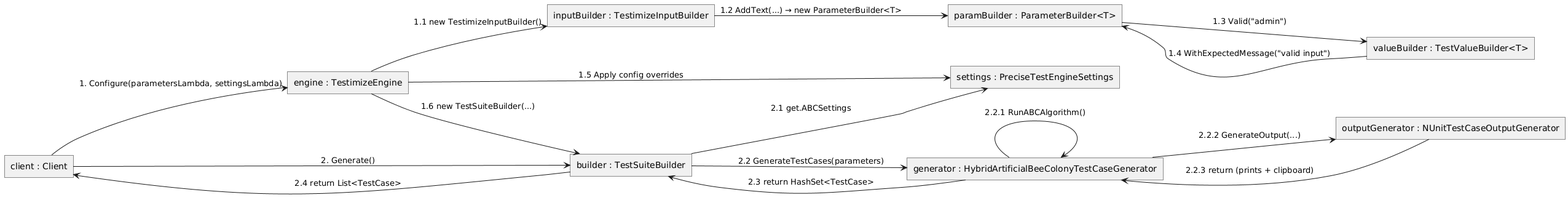
This is DiagramsBG/4. Communication Diagrams/communication_diagram2.png from AutomateThePlanet/Testimize, a PlantUML export, as it was before one commit.
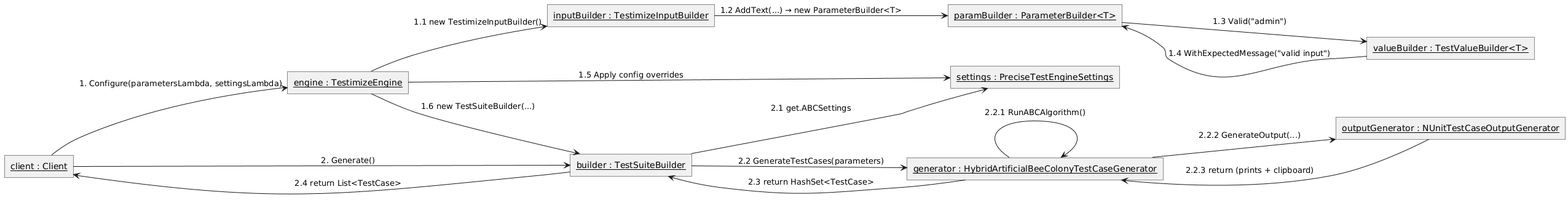
After the commit.

The edit, as a diff of the source:
```diff
@@ -1,19 +1,23 @@
 @startuml
+
+
+
+
 skinparam shadowing false
 skinparam roundcorner 0
 skinparam nodesep 60
 skinparam ranksep 10
 left to right direction
 
-rectangle "client : Client" as client
-rectangle "engine : TestimizeEngine" as engine
-rectangle "inputBuilder : TestimizeInputBuilder" as inputBuilder
-rectangle "paramBuilder : ParameterBuilder<T>" as paramBuilder
-rectangle "valueBuilder : TestValueBuilder<T>" as valueBuilder
-rectangle "settings : PreciseTestEngineSettings" as settings
-rectangle "builder : TestSuiteBuilder" as builder
-rectangle "generator : HybridArtificialBeeColonyTestCaseGenerator" as generator
-rectangle "outputGenerator : NUnitTestCaseOutputGenerator" as outputGenerator
+rectangle "<u>client : Client</u>" as client
+rectangle "<u>engine : TestimizeEngine</u>" as engine
+rectangle "<u>inputBuilder : TestimizeInputBuilder</u>" as inputBuilder
+rectangle "<u>paramBuilder : ParameterBuilder<T></u>" as paramBuilder
+rectangle "<u>valueBuilder : TestValueBuilder<T></u>" as valueBuilder
+rectangle "<u>settings : PreciseTestEngineSettings</u>" as settings
+rectangle "<u>builder : TestSuiteBuilder</u>" as builder
+rectangle "<u>generator : HybridArtificialBeeColonyTestCaseGenerator</u>" as generator
+rectangle "<u>outputGenerator : NUnitTestCaseOutputGenerator</u>" as outputGenerator
 
 client --> engine : 1. Configure(parametersLambda, settingsLambda)
 engine --> inputBuilder : 1.1 new TestimizeInputBuilder()
```
